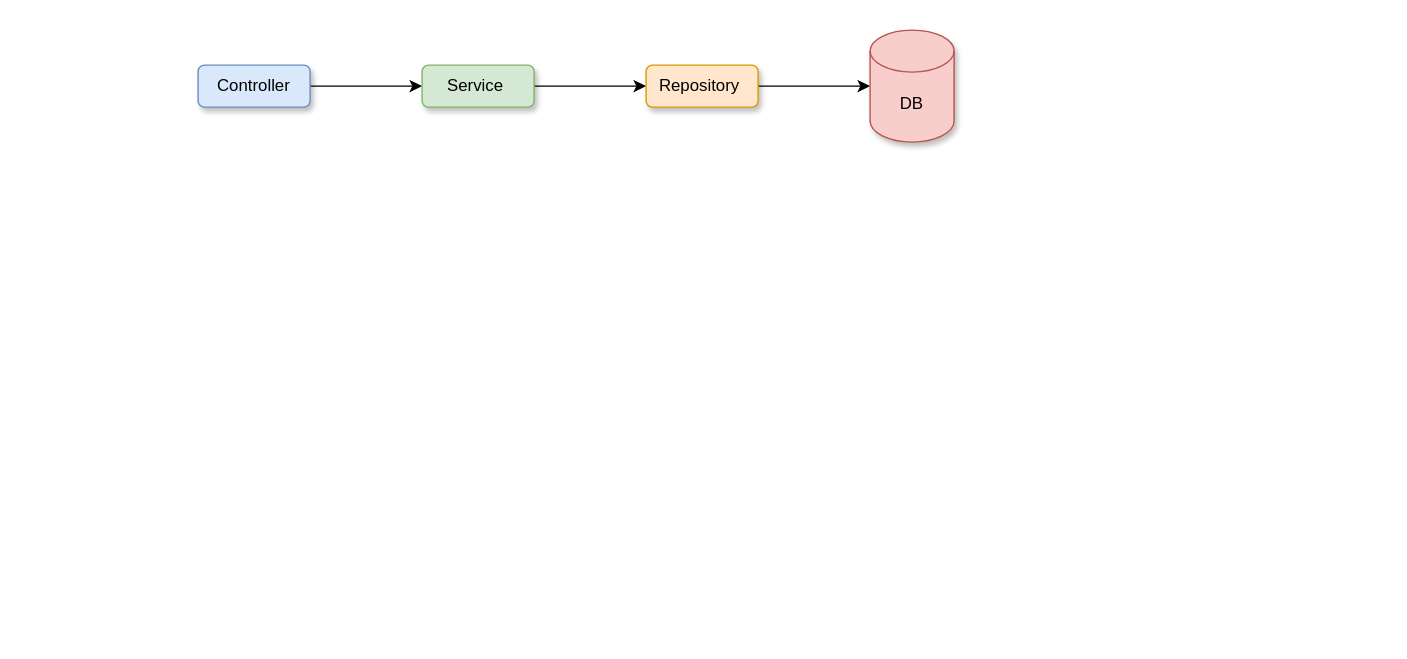
Above: Diagram.drawio in pvndeshmukh/pvndeshmukh (draw.io), before the change. Source tidied: cells renumbered, new cells numbered last; positions are measured from the earlier drawing's top-left corner, leaving out a move shared by most shapes. Both pictures are drawn from the tidied source at 140%, with x=0, y=0 at pixel (197, 29).
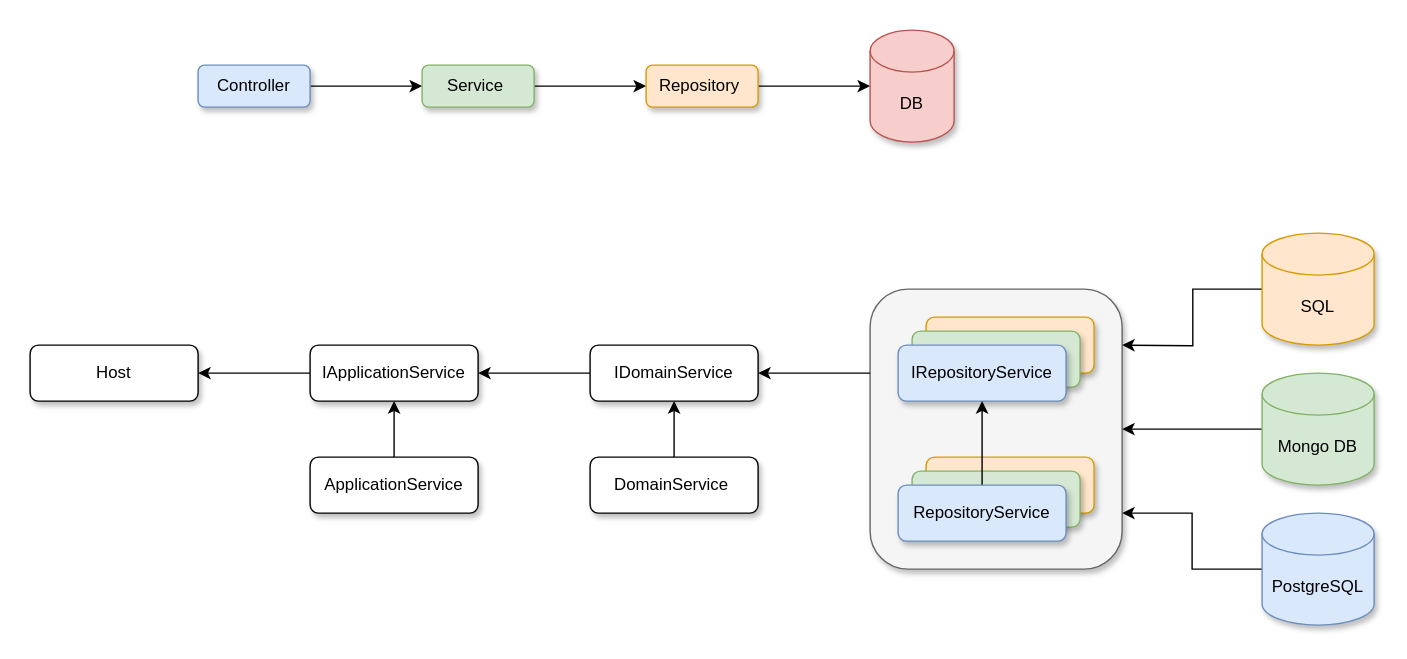
After the change.

Change to the diagram source:
```diff
@@
+    <mxCell id="9" style="rounded=1;whiteSpace=wrap;html=1;shadow=1;fillColor=#f5f5f5;strokeColor=#666666;fontColor=#333333;" parent="1" vertex="1">
+      <mxGeometry x="480" y="185" width="180" height="200" as="geometry" />
+    </mxCell>
@@
+    <mxCell id="10" value="Host" style="rounded=1;whiteSpace=wrap;html=1;shadow=1;" parent="1" vertex="1">
+      <mxGeometry x="-120" y="225" width="120" height="40" as="geometry" />
+    </mxCell>
+    <mxCell id="11" style="edgeStyle=orthogonalEdgeStyle;rounded=0;jettySize=auto;html=1;" parent="1" edge="1" source="12" target="18">
+      <mxGeometry relative="1" as="geometry" />
+    </mxCell>
+    <mxCell id="12" value="ApplicationService" style="rounded=1;whiteSpace=wrap;html=1;shadow=1;" parent="1" vertex="1">
+      <mxGeometry x="80" y="305" width="120" height="40" as="geometry" />
+    </mxCell>
+    <mxCell id="13" style="edgeStyle=orthogonalEdgeStyle;rounded=0;jettySize=auto;html=1;entryX=0.5;entryY=1;entryDx=0;entryDy=0;" parent="1" edge="1" source="14" target="20">
+      <mxGeometry relative="1" as="geometry" />
+    </mxCell>
+    <mxCell id="14" value="DomainService&amp;nbsp;" style="rounded=1;whiteSpace=wrap;html=1;shadow=1;" parent="1" vertex="1">
+      <mxGeometry x="280" y="305" width="120" height="40" as="geometry" />
+    </mxCell>
+    <mxCell id="15" style="edgeStyle=orthogonalEdgeStyle;rounded=0;jettySize=auto;html=1;" parent="1" edge="1" source="16">
+      <mxGeometry relative="1" as="geometry">
+        <mxPoint x="660" y="225" as="targetPoint" />
+      </mxGeometry>
+    </mxCell>
+    <mxCell id="16" value="SQL" style="shape=cylinder3;whiteSpace=wrap;html=1;boundedLbl=1;backgroundOutline=1;size=15;shadow=1;fillColor=#ffe6cc;strokeColor=#d79b00;" parent="1" vertex="1">
+      <mxGeometry x="760" y="145" width="80" height="80" as="geometry" />
+    </mxCell>
+    <mxCell id="17" style="edgeStyle=orthogonalEdgeStyle;rounded=0;jettySize=auto;html=1;entryX=1;entryY=0.5;entryDx=0;entryDy=0;" parent="1" edge="1" source="18" target="10">
+      <mxGeometry relative="1" as="geometry" />
+    </mxCell>
+    <mxCell id="18" value="IApplicationService" style="rounded=1;whiteSpace=wrap;html=1;shadow=1;" parent="1" vertex="1">
+      <mxGeometry x="80" y="225" width="120" height="40" as="geometry" />
+    </mxCell>
+    <mxCell id="19" style="edgeStyle=orthogonalEdgeStyle;rounded=0;jettySize=auto;html=1;entryX=1;entryY=0.5;entryDx=0;entryDy=0;" parent="1" edge="1" source="20" target="18">
+      <mxGeometry relative="1" as="geometry" />
+    </mxCell>
+    <mxCell id="20" value="IDomainService" style="rounded=1;whiteSpace=wrap;html=1;shadow=1;" parent="1" vertex="1">
+      <mxGeometry x="280" y="225" width="120" height="40" as="geometry" />
+    </mxCell>
+    <mxCell id="21" style="edgeStyle=orthogonalEdgeStyle;rounded=0;jettySize=auto;html=1;entryX=1;entryY=0.5;entryDx=0;entryDy=0;" parent="1" edge="1" source="22" target="9">
+      <mxGeometry relative="1" as="geometry" />
+    </mxCell>
+    <mxCell id="22" value="Mongo DB" style="shape=cylinder3;whiteSpace=wrap;html=1;boundedLbl=1;backgroundOutline=1;size=15;shadow=1;fillColor=#d5e8d4;strokeColor=#82b366;" parent="1" vertex="1">
+      <mxGeometry x="760" y="245" width="80" height="80" as="geometry" />
+    </mxCell>
+    <mxCell id="23" style="edgeStyle=orthogonalEdgeStyle;rounded=0;jettySize=auto;html=1;entryX=1;entryY=0.8;entryDx=0;entryDy=0;entryPerimeter=0;" parent="1" edge="1" source="24" target="9">
+      <mxGeometry relative="1" as="geometry" />
+    </mxCell>
+    <mxCell id="24" value="PostgreSQL" style="shape=cylinder3;whiteSpace=wrap;html=1;boundedLbl=1;backgroundOutline=1;size=15;shadow=1;fillColor=#dae8fc;strokeColor=#6c8ebf;" parent="1" vertex="1">
+      <mxGeometry x="760" y="345" width="80" height="80" as="geometry" />
+    </mxCell>
+    <mxCell id="25" style="rounded=1;whiteSpace=wrap;html=1;shadow=1;fillColor=#ffe6cc;strokeColor=#d79b00;" parent="1" vertex="1">
+      <mxGeometry x="520" y="205" width="120" height="40" as="geometry" />
+    </mxCell>
+    <mxCell id="26" style="rounded=1;whiteSpace=wrap;html=1;shadow=1;fillColor=#d5e8d4;strokeColor=#82b366;" parent="1" vertex="1">
+      <mxGeometry x="510" y="215" width="120" height="40" as="geometry" />
+    </mxCell>
+    <mxCell id="27" value="IRepositoryService" style="rounded=1;whiteSpace=wrap;html=1;shadow=1;fillColor=#dae8fc;strokeColor=#6c8ebf;" parent="1" vertex="1">
+      <mxGeometry x="500" y="225" width="120" height="40" as="geometry" />
+    </mxCell>
+    <mxCell id="28" style="rounded=1;whiteSpace=wrap;html=1;shadow=1;fillColor=#ffe6cc;strokeColor=#d79b00;" parent="1" vertex="1">
+      <mxGeometry x="520" y="305" width="120" height="40" as="geometry" />
+    </mxCell>
+    <mxCell id="29" style="rounded=1;whiteSpace=wrap;html=1;shadow=1;fillColor=#d5e8d4;strokeColor=#82b366;" parent="1" vertex="1">
+      <mxGeometry x="510" y="315" width="120" height="40" as="geometry" />
+    </mxCell>
+    <mxCell id="30" style="edgeStyle=orthogonalEdgeStyle;rounded=0;jettySize=auto;html=1;entryX=0.5;entryY=1;entryDx=0;entryDy=0;" parent="1" edge="1" source="31" target="27">
+      <mxGeometry relative="1" as="geometry" />
+    </mxCell>
+    <mxCell id="31" value="RepositoryService" style="rounded=1;whiteSpace=wrap;html=1;shadow=1;fillColor=#dae8fc;strokeColor=#6c8ebf;" parent="1" vertex="1">
+      <mxGeometry x="500" y="325" width="120" height="40" as="geometry" />
+    </mxCell>
+    <mxCell id="32" style="endArrow=classic;html=1;rounded=0;exitX=0;exitY=0.3;exitDx=0;exitDy=0;exitPerimeter=0;entryX=1;entryY=0.5;entryDx=0;entryDy=0;" parent="1" edge="1" source="9" target="20">
+      <mxGeometry relative="1" as="geometry" />
+    </mxCell>
```
